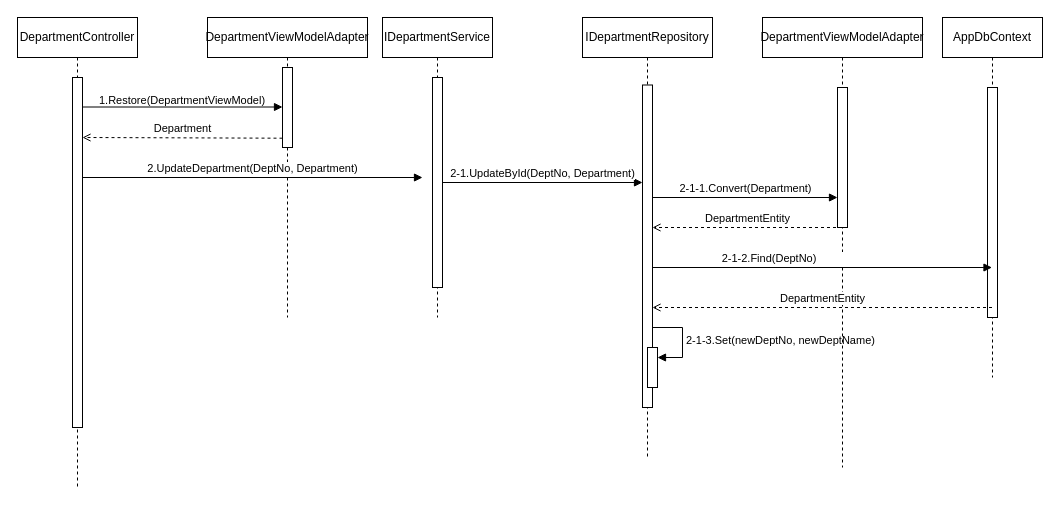
Above: page "部署更新" (3 of 4) of docs/02_design/シーケンス図.drawio in STHub65536/csharp_training_202605 (draw.io), before the change. Source tidied: cells renumbered, new cells numbered last; positions are measured from the earlier drawing's top-left corner, leaving out a move shared by most shapes. Both pictures are drawn from the tidied source at 100%, with x=0, y=0 at pixel (17, 17).
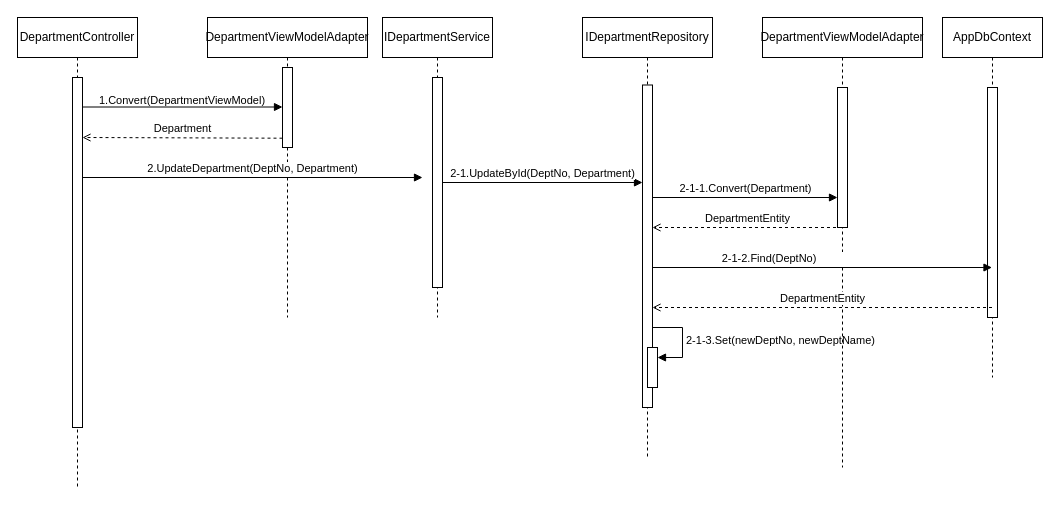
The same page after the edit.

What changed in the source:
```diff
@@
-    <mxCell id="19" value="&lt;span style=&quot;font-size: 11px; white-space: nowrap; background-color: rgb(255, 255, 255);&quot;&gt;1.Restore(DepartmentViewModel)&lt;/span&gt;" style="text;html=1;whiteSpace=wrap;strokeColor=none;fillColor=none;align=center;verticalAlign=middle;rounded=0;" parent="1" vertex="1">
+    <mxCell id="19" value="&lt;span style=&quot;font-size: 11px; white-space: nowrap; background-color: rgb(255, 255, 255);&quot;&gt;1.Convert&lt;/span&gt;&lt;span style=&quot;background-color: light-dark(rgb(255, 255, 255), rgb(18, 18, 18)); font-size: 11px; white-space: nowrap; color: light-dark(rgb(0, 0, 0), rgb(255, 255, 255));&quot;&gt;(DepartmentViewModel)&lt;/span&gt;" style="text;html=1;whiteSpace=wrap;strokeColor=none;fillColor=none;align=center;verticalAlign=middle;rounded=0;" parent="1" vertex="1">
       <mxGeometry x="135" y="68" width="60" height="30" as="geometry" />
     </mxCell>
```
